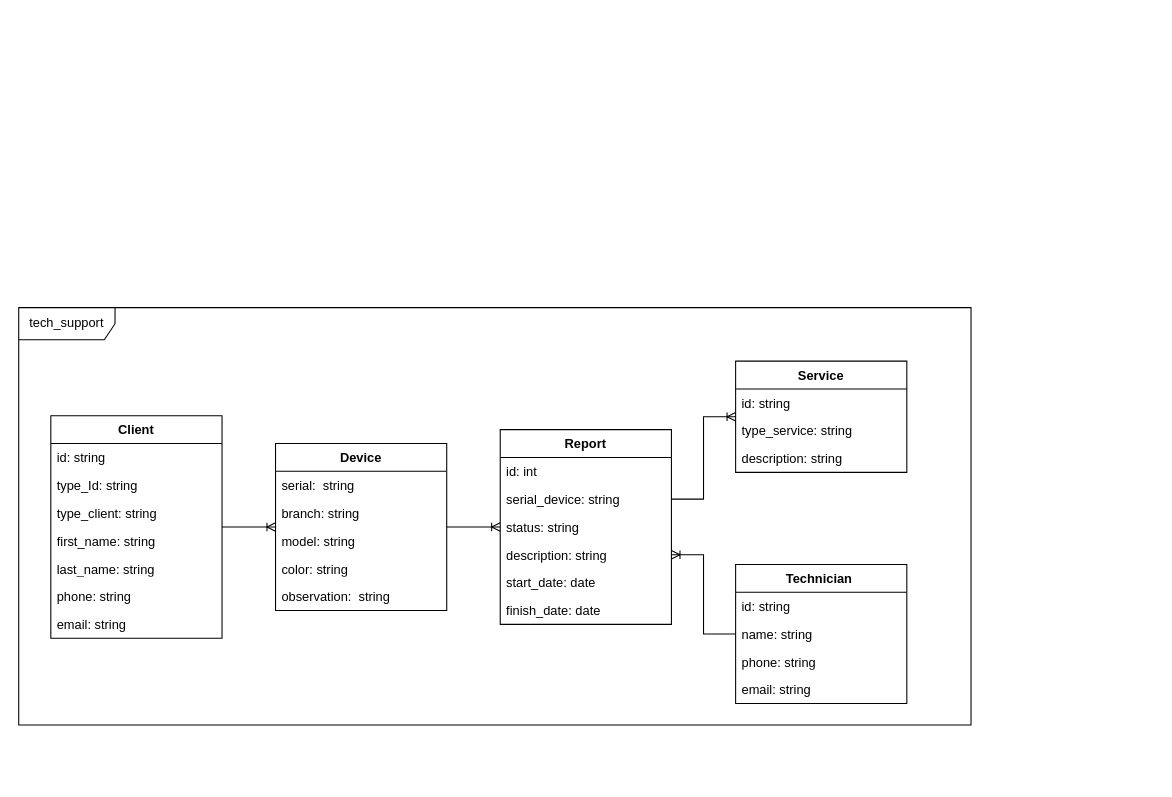
Earlier version of the draw.io diagram projects/tech_support/Tech_support.drawio (Alejo2304/website_projects). Source tidied: cells renumbered, new cells numbered last; positions are measured from the earlier drawing's top-left corner, leaving out a move shared by most shapes. Both pictures are drawn from the tidied source at 107%, with x=0, y=0 at pixel (18, 307).
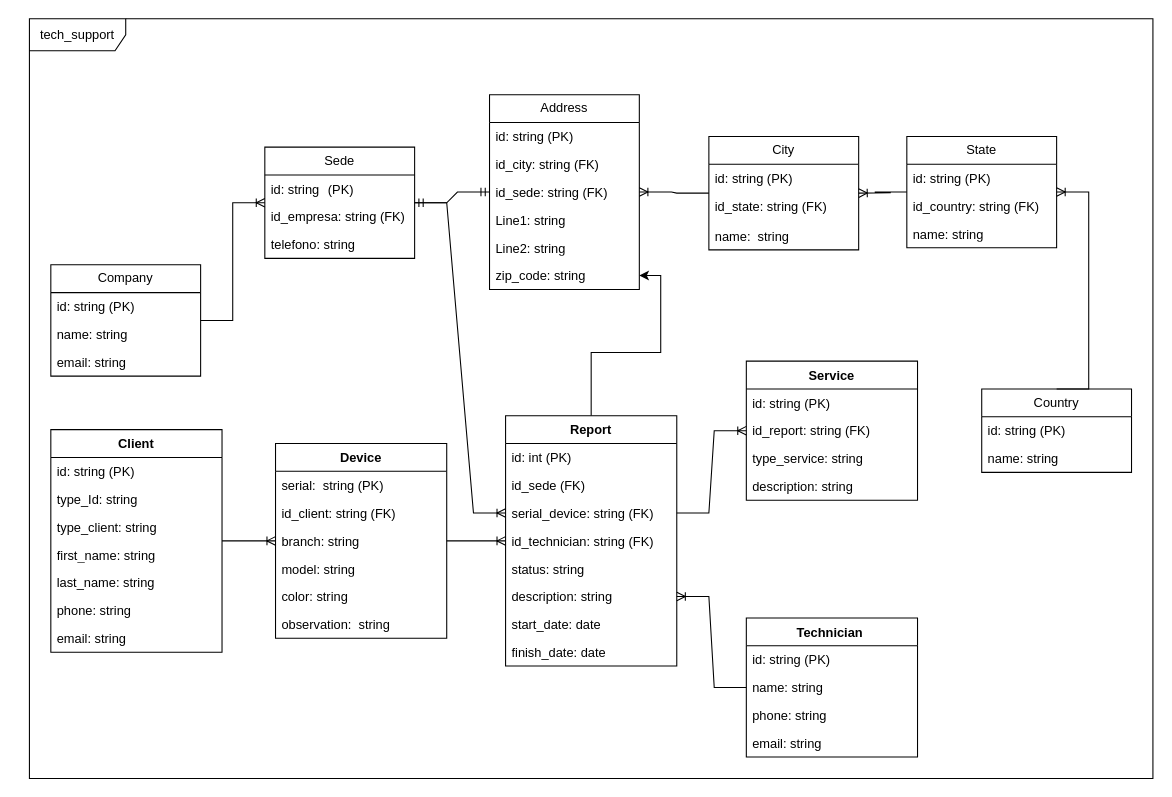
The same page after the edit.

What changed in the source:
```diff
@@
     <mxCell id="2" value="Client" style="swimlane;fontStyle=1;align=center;verticalAlign=top;horizontal=1;startSize=26;whiteSpace=wrap;html=1;" parent="1" vertex="1">
-      <mxGeometry x="30" y="101" width="160" height="208" as="geometry" />
+      <mxGeometry x="30" y="114" width="160" height="208" as="geometry" />
     </mxCell>
-    <mxCell id="3" value="id: string" style="text;strokeColor=none;fillColor=none;align=left;verticalAlign=top;spacingLeft=4;spacingRight=4;overflow=hidden;whiteSpace=wrap;html=1;" parent="2" vertex="1">
+    <mxCell id="3" value="id: string (PK)" style="text;strokeColor=none;fillColor=none;align=left;verticalAlign=top;spacingLeft=4;spacingRight=4;overflow=hidden;whiteSpace=wrap;html=1;" parent="2" vertex="1">
       <mxGeometry y="26" width="160" height="26" as="geometry" />
     </mxCell>
@@
     <mxCell id="10" value="Technician&amp;nbsp;" style="swimlane;fontStyle=1;align=center;verticalAlign=top;horizontal=1;startSize=26;whiteSpace=wrap;html=1;" parent="1" vertex="1">
-      <mxGeometry x="670" y="240" width="160" height="130" as="geometry" />
+      <mxGeometry x="680" y="290" width="160" height="130" as="geometry" />
     </mxCell>
-    <mxCell id="11" value="id: string&lt;div&gt;&lt;br/&gt;&lt;/div&gt;" style="text;strokeColor=none;fillColor=none;align=left;verticalAlign=top;spacingLeft=4;spacingRight=4;overflow=hidden;whiteSpace=wrap;html=1;" parent="10" vertex="1">
+    <mxCell id="11" value="id: string (PK)&lt;div&gt;&lt;br&gt;&lt;/div&gt;" style="text;strokeColor=none;fillColor=none;align=left;verticalAlign=top;spacingLeft=4;spacingRight=4;overflow=hidden;whiteSpace=wrap;html=1;" parent="10" vertex="1">
       <mxGeometry y="26" width="160" height="26" as="geometry" />
     </mxCell>
@@
     <mxCell id="15" value="Device" style="swimlane;fontStyle=1;align=center;verticalAlign=top;horizontal=1;startSize=26;whiteSpace=wrap;html=1;" parent="1" vertex="1">
-      <mxGeometry x="240" y="127" width="160" height="156" as="geometry" />
+      <mxGeometry x="240" y="127" width="160" height="182" as="geometry" />
     </mxCell>
-    <mxCell id="16" value="serial:&amp;nbsp; string&lt;div&gt;&lt;br&gt;&lt;/div&gt;" style="text;strokeColor=none;fillColor=none;align=left;verticalAlign=top;spacingLeft=4;spacingRight=4;overflow=hidden;whiteSpace=wrap;html=1;" parent="15" vertex="1">
+    <mxCell id="16" value="serial:&amp;nbsp; string (PK)&lt;div&gt;&lt;br&gt;&lt;/div&gt;" style="text;strokeColor=none;fillColor=none;align=left;verticalAlign=top;spacingLeft=4;spacingRight=4;overflow=hidden;whiteSpace=wrap;html=1;" parent="15" vertex="1">
       <mxGeometry y="26" width="160" height="26" as="geometry" />
     </mxCell>
+    <mxCell id="37" value="id_client: string (FK)" style="text;strokeColor=none;fillColor=none;align=left;verticalAlign=top;spacingLeft=4;spacingRight=4;overflow=hidden;whiteSpace=wrap;html=1;" parent="15" vertex="1">
+      <mxGeometry y="52" width="160" height="26" as="geometry" />
+    </mxCell>
     <mxCell id="17" value="branch: string&lt;div&gt;&lt;br&gt;&lt;/div&gt;" style="text;strokeColor=none;fillColor=none;align=left;verticalAlign=top;spacingLeft=4;spacingRight=4;overflow=hidden;whiteSpace=wrap;html=1;" parent="15" vertex="1">
-      <mxGeometry y="52" width="160" height="26" as="geometry" />
+      <mxGeometry y="78" width="160" height="26" as="geometry" />
     </mxCell>
     <mxCell id="18" value="model: string" style="text;strokeColor=none;fillColor=none;align=left;verticalAlign=top;spacingLeft=4;spacingRight=4;overflow=hidden;whiteSpace=wrap;html=1;" parent="15" vertex="1">
-      <mxGeometry y="78" width="160" height="26" as="geometry" />
+      <mxGeometry y="104" width="160" height="26" as="geometry" />
     </mxCell>
     <mxCell id="19" value="color: string" style="text;strokeColor=none;fillColor=none;align=left;verticalAlign=top;spacingLeft=4;spacingRight=4;overflow=hidden;whiteSpace=wrap;html=1;" parent="15" vertex="1">
-      <mxGeometry y="104" width="160" height="26" as="geometry" />
+      <mxGeometry y="130" width="160" height="26" as="geometry" />
     </mxCell>
     <mxCell id="20" value="observation:&amp;nbsp; string" style="text;strokeColor=none;fillColor=none;align=left;verticalAlign=top;spacingLeft=4;spacingRight=4;overflow=hidden;whiteSpace=wrap;html=1;" parent="15" vertex="1">
-      <mxGeometry y="130" width="160" height="26" as="geometry" />
+      <mxGeometry y="156" width="160" height="26" as="geometry" />
     </mxCell>
+    <mxCell id="38" style="edgeStyle=orthogonalEdgeStyle;rounded=0;jettySize=auto;html=1;" parent="1" edge="1" source="21" target="67">
+      <mxGeometry relative="1" as="geometry" />
+    </mxCell>
     <mxCell id="21" value="Report" style="swimlane;fontStyle=1;align=center;verticalAlign=top;horizontal=1;startSize=26;whiteSpace=wrap;html=1;" parent="1" vertex="1">
-      <mxGeometry x="450" y="114" width="160" height="182" as="geometry" />
+      <mxGeometry x="455" y="101" width="160" height="234" as="geometry" />
     </mxCell>
-    <mxCell id="22" value="id: int" style="text;strokeColor=none;fillColor=none;align=left;verticalAlign=top;spacingLeft=4;spacingRight=4;overflow=hidden;whiteSpace=wrap;html=1;" parent="21" vertex="1">
+    <mxCell id="22" value="id: int (PK)" style="text;strokeColor=none;fillColor=none;align=left;verticalAlign=top;spacingLeft=4;spacingRight=4;overflow=hidden;whiteSpace=wrap;html=1;" parent="21" vertex="1">
       <mxGeometry y="26" width="160" height="26" as="geometry" />
     </mxCell>
+    <mxCell id="39" value="id_sede (FK)" style="text;strokeColor=none;fillColor=none;align=left;verticalAlign=top;spacingLeft=4;spacingRight=4;overflow=hidden;whiteSpace=wrap;html=1;" parent="21" vertex="1">
+      <mxGeometry y="52" width="160" height="26" as="geometry" />
+    </mxCell>
-    <mxCell id="23" value="serial_device: string" style="text;strokeColor=none;fillColor=none;align=left;verticalAlign=top;spacingLeft=4;spacingRight=4;overflow=hidden;points=[[0,0.5],[1,0.5]];portConstraint=eastwest;whiteSpace=wrap;html=1;" parent="21" vertex="1">
-      <mxGeometry y="52" width="160" height="26" as="geometry" />
+    <mxCell id="23" value="serial_device: string (FK)" style="text;strokeColor=none;fillColor=none;align=left;verticalAlign=top;spacingLeft=4;spacingRight=4;overflow=hidden;points=[[0,0.5],[1,0.5]];portConstraint=eastwest;whiteSpace=wrap;html=1;" parent="21" vertex="1">
+      <mxGeometry y="78" width="160" height="26" as="geometry" />
     </mxCell>
+    <mxCell id="40" value="id_technician: string (FK)" style="text;strokeColor=none;fillColor=none;align=left;verticalAlign=top;spacingLeft=4;spacingRight=4;overflow=hidden;whiteSpace=wrap;html=1;" parent="21" vertex="1">
+      <mxGeometry y="104" width="160" height="26" as="geometry" />
+    </mxCell>
     <mxCell id="24" value="status: string&lt;br&gt;&lt;span style=&quot;white-space: pre;&quot;&gt;&#9;&lt;/span&gt;&lt;span style=&quot;white-space: pre;&quot;&gt;&#9;&lt;/span&gt;&lt;span style=&quot;white-space: pre;&quot;&gt;&#9;&lt;/span&gt;&lt;span style=&quot;white-space: pre;&quot;&gt;&#9;&lt;/span&gt;&lt;span style=&quot;white-space: pre;&quot;&gt;&#9;&lt;/span&gt;&lt;span style=&quot;white-space: pre;&quot;&gt;&#9;&lt;/span&gt;&lt;span style=&quot;white-space: pre;&quot;&gt;&#9;&lt;/span&gt;" style="text;strokeColor=none;fillColor=none;align=left;verticalAlign=top;spacingLeft=4;spacingRight=4;overflow=hidden;whiteSpace=wrap;html=1;" parent="21" vertex="1">
-      <mxGeometry y="78" width="160" height="26" as="geometry" />
+      <mxGeometry y="130" width="160" height="26" as="geometry" />
     </mxCell>
     <mxCell id="25" value="description: string" style="text;strokeColor=none;fillColor=none;align=left;verticalAlign=top;spacingLeft=4;spacingRight=4;overflow=hidden;points=[[0,0.5],[1,0.5]];portConstraint=eastwest;whiteSpace=wrap;html=1;" parent="21" vertex="1">
-      <mxGeometry y="104" width="160" height="26" as="geometry" />
+      <mxGeometry y="156" width="160" height="26" as="geometry" />
     </mxCell>
     <mxCell id="26" value="start_date: date&lt;div&gt;&lt;span style=&quot;white-space: pre;&quot;&gt;&#9;&lt;/span&gt;&amp;nbsp;&lt;br&gt;&lt;/div&gt;" style="text;strokeColor=none;fillColor=none;align=left;verticalAlign=top;spacingLeft=4;spacingRight=4;overflow=hidden;whiteSpace=wrap;html=1;" parent="21" vertex="1">
-      <mxGeometry y="130" width="160" height="26" as="geometry" />
+      <mxGeometry y="182" width="160" height="26" as="geometry" />
     </mxCell>
     <mxCell id="27" value="finish_date: date" style="text;strokeColor=none;fillColor=none;align=left;verticalAlign=top;spacingLeft=4;spacingRight=4;overflow=hidden;whiteSpace=wrap;html=1;" parent="21" vertex="1">
-      <mxGeometry y="156" width="160" height="26" as="geometry" />
+      <mxGeometry y="208" width="160" height="26" as="geometry" />
     </mxCell>
     <mxCell id="28" value="Service" style="swimlane;fontStyle=1;align=center;verticalAlign=top;horizontal=1;startSize=26;whiteSpace=wrap;html=1;" parent="1" vertex="1">
-      <mxGeometry x="670" y="50" width="160" height="104" as="geometry" />
+      <mxGeometry x="680" y="50" width="160" height="130" as="geometry" />
     </mxCell>
-    <mxCell id="29" value="id: string&amp;nbsp;&lt;div&gt;&lt;br&gt;&lt;/div&gt;" style="text;strokeColor=none;fillColor=none;align=left;verticalAlign=top;spacingLeft=4;spacingRight=4;overflow=hidden;whiteSpace=wrap;html=1;" parent="28" vertex="1">
+    <mxCell id="29" value="id: string (PK)&amp;nbsp;&lt;div&gt;&amp;nbsp;&lt;/div&gt;" style="text;strokeColor=none;fillColor=none;align=left;verticalAlign=top;spacingLeft=4;spacingRight=4;overflow=hidden;whiteSpace=wrap;html=1;" parent="28" vertex="1">
       <mxGeometry y="26" width="160" height="26" as="geometry" />
     </mxCell>
+    <mxCell id="41" value="id_report: string (FK)" style="text;strokeColor=none;fillColor=none;align=left;verticalAlign=top;spacingLeft=4;spacingRight=4;overflow=hidden;whiteSpace=wrap;html=1;" parent="28" vertex="1">
+      <mxGeometry y="52" width="160" height="26" as="geometry" />
+    </mxCell>
     <mxCell id="30" value="type_service: string" style="text;strokeColor=none;fillColor=none;align=left;verticalAlign=top;spacingLeft=4;spacingRight=4;overflow=hidden;whiteSpace=wrap;html=1;" parent="28" vertex="1">
-      <mxGeometry y="52" width="160" height="26" as="geometry" />
+      <mxGeometry y="78" width="160" height="26" as="geometry" />
     </mxCell>
     <mxCell id="31" value="description: string" style="text;strokeColor=none;fillColor=none;align=left;verticalAlign=top;spacingLeft=4;spacingRight=4;overflow=hidden;whiteSpace=wrap;html=1;" parent="28" vertex="1">
-      <mxGeometry y="78" width="160" height="26" as="geometry" />
+      <mxGeometry y="104" width="160" height="26" as="geometry" />
     </mxCell>
@@
     <mxCell id="36" value="tech_support" style="shape=umlFrame;whiteSpace=wrap;html=1;width=90;height=30;" parent="1" vertex="1">
-      <mxGeometry width="890" height="390" as="geometry" />
+      <mxGeometry x="10" y="-270" width="1050" height="710" as="geometry" />
     </mxCell>
+    <mxCell id="42" value="Sede" style="swimlane;fontStyle=0;horizontal=1;startSize=26;fillColor=none;whiteSpace=wrap;html=1;" parent="1" vertex="1">
+      <mxGeometry x="230" y="-150" width="140" height="104" as="geometry" />
+    </mxCell>
+    <mxCell id="43" value="id: string&lt;span style=&quot;white-space: pre;&quot;&gt;&#9;&lt;/span&gt;(PK)" style="text;strokeColor=none;fillColor=none;align=left;verticalAlign=top;spacingLeft=4;spacingRight=4;overflow=hidden;whiteSpace=wrap;html=1;" parent="42" vertex="1">
+      <mxGeometry y="26" width="140" height="26" as="geometry" />
+    </mxCell>
+    <mxCell id="44" value="id_empresa: string (FK)" style="text;strokeColor=none;fillColor=none;align=left;verticalAlign=top;spacingLeft=4;spacingRight=4;overflow=hidden;whiteSpace=wrap;html=1;" parent="42" vertex="1">
+      <mxGeometry y="52" width="140" height="26" as="geometry" />
+    </mxCell>
+    <mxCell id="45" value="telefono: string" style="text;strokeColor=none;fillColor=none;align=left;verticalAlign=top;spacingLeft=4;spacingRight=4;overflow=hidden;whiteSpace=wrap;html=1;" parent="42" vertex="1">
+      <mxGeometry y="78" width="140" height="26" as="geometry" />
+    </mxCell>
+    <mxCell id="46" value="Company" style="swimlane;fontStyle=0;horizontal=1;startSize=26;fillColor=none;whiteSpace=wrap;html=1;" parent="1" vertex="1">
+      <mxGeometry x="30" y="-40" width="140" height="104" as="geometry" />
+    </mxCell>
+    <mxCell id="47" value="id: string (PK)" style="text;strokeColor=none;fillColor=none;align=left;verticalAlign=top;spacingLeft=4;spacingRight=4;overflow=hidden;whiteSpace=wrap;html=1;" parent="46" vertex="1">
+      <mxGeometry y="26" width="140" height="26" as="geometry" />
+    </mxCell>
+    <mxCell id="48" value="name: string" style="text;strokeColor=none;fillColor=none;align=left;verticalAlign=top;spacingLeft=4;spacingRight=4;overflow=hidden;whiteSpace=wrap;html=1;" parent="46" vertex="1">
+      <mxGeometry y="52" width="140" height="26" as="geometry" />
+    </mxCell>
+    <mxCell id="49" value="email: string" style="text;strokeColor=none;fillColor=none;align=left;verticalAlign=top;spacingLeft=4;spacingRight=4;overflow=hidden;whiteSpace=wrap;html=1;" parent="46" vertex="1">
+      <mxGeometry y="78" width="140" height="26" as="geometry" />
+    </mxCell>
+    <mxCell id="50" value="City" style="swimlane;fontStyle=0;horizontal=1;startSize=26;fillColor=none;whiteSpace=wrap;html=1;" parent="1" vertex="1">
+      <mxGeometry x="645" y="-160" width="140" height="106" as="geometry" />
+    </mxCell>
+    <mxCell id="51" value="id: string (PK)" style="text;strokeColor=none;fillColor=none;align=left;verticalAlign=top;spacingLeft=4;spacingRight=4;overflow=hidden;whiteSpace=wrap;html=1;" parent="50" vertex="1">
+      <mxGeometry y="26" width="140" height="26" as="geometry" />
+    </mxCell>
+    <mxCell id="52" value="id_state: string (FK)" style="text;strokeColor=none;fillColor=none;align=left;verticalAlign=top;spacingLeft=4;spacingRight=4;overflow=hidden;whiteSpace=wrap;html=1;" parent="50" vertex="1">
+      <mxGeometry y="52" width="140" height="28" as="geometry" />
+    </mxCell>
+    <mxCell id="53" value="name:&amp;nbsp; string" style="text;strokeColor=none;fillColor=none;align=left;verticalAlign=top;spacingLeft=4;spacingRight=4;overflow=hidden;whiteSpace=wrap;html=1;" parent="50" vertex="1">
+      <mxGeometry y="80" width="140" height="26" as="geometry" />
+    </mxCell>
+    <mxCell id="54" value="State" style="swimlane;fontStyle=0;horizontal=1;startSize=26;fillColor=none;whiteSpace=wrap;html=1;" parent="1" vertex="1">
+      <mxGeometry x="830" y="-160" width="140" height="104" as="geometry" />
+    </mxCell>
+    <mxCell id="55" value="id: string (PK)" style="text;strokeColor=none;fillColor=none;align=left;verticalAlign=top;spacingLeft=4;spacingRight=4;overflow=hidden;whiteSpace=wrap;html=1;" parent="54" vertex="1">
+      <mxGeometry y="26" width="140" height="26" as="geometry" />
+    </mxCell>
+    <mxCell id="56" value="id_country: string (FK)" style="text;strokeColor=none;fillColor=none;align=left;verticalAlign=top;spacingLeft=4;spacingRight=4;overflow=hidden;whiteSpace=wrap;html=1;" parent="54" vertex="1">
+      <mxGeometry y="52" width="140" height="26" as="geometry" />
+    </mxCell>
+    <mxCell id="57" value="name: string" style="text;strokeColor=none;fillColor=none;align=left;verticalAlign=top;spacingLeft=4;spacingRight=4;overflow=hidden;whiteSpace=wrap;html=1;" parent="54" vertex="1">
+      <mxGeometry y="78" width="140" height="26" as="geometry" />
+    </mxCell>
+    <mxCell id="58" value="Country" style="swimlane;fontStyle=0;horizontal=1;startSize=26;fillColor=none;whiteSpace=wrap;html=1;" parent="1" vertex="1">
+      <mxGeometry x="900" y="76" width="140" height="78" as="geometry" />
+    </mxCell>
+    <mxCell id="59" value="id: string (PK)" style="text;strokeColor=none;fillColor=none;align=left;verticalAlign=top;spacingLeft=4;spacingRight=4;overflow=hidden;whiteSpace=wrap;html=1;" parent="58" vertex="1">
+      <mxGeometry y="26" width="140" height="26" as="geometry" />
+    </mxCell>
+    <mxCell id="60" value="name: string" style="text;strokeColor=none;fillColor=none;align=left;verticalAlign=top;spacingLeft=4;spacingRight=4;overflow=hidden;whiteSpace=wrap;html=1;" parent="58" vertex="1">
+      <mxGeometry y="52" width="140" height="26" as="geometry" />
+    </mxCell>
+    <mxCell id="61" value="Address" style="swimlane;fontStyle=0;horizontal=1;startSize=26;fillColor=none;whiteSpace=wrap;html=1;" parent="1" vertex="1">
+      <mxGeometry x="440" y="-199" width="140" height="182" as="geometry" />
+    </mxCell>
+    <mxCell id="62" value="id: string (PK)" style="text;strokeColor=none;fillColor=none;align=left;verticalAlign=top;spacingLeft=4;spacingRight=4;overflow=hidden;whiteSpace=wrap;html=1;" parent="61" vertex="1">
+      <mxGeometry y="26" width="140" height="26" as="geometry" />
+    </mxCell>
+    <mxCell id="63" value="id_city: string (FK)" style="text;strokeColor=none;fillColor=none;align=left;verticalAlign=top;spacingLeft=4;spacingRight=4;overflow=hidden;whiteSpace=wrap;html=1;" parent="61" vertex="1">
+      <mxGeometry y="52" width="140" height="26" as="geometry" />
+    </mxCell>
+    <mxCell id="64" value="id_sede: string (FK)" style="text;strokeColor=none;fillColor=none;align=left;verticalAlign=top;spacingLeft=4;spacingRight=4;overflow=hidden;whiteSpace=wrap;html=1;" parent="61" vertex="1">
+      <mxGeometry y="78" width="140" height="26" as="geometry" />
+    </mxCell>
+    <mxCell id="65" value="Line1: string&lt;div&gt;&lt;br/&gt;&lt;/div&gt;" style="text;strokeColor=none;fillColor=none;align=left;verticalAlign=top;spacingLeft=4;spacingRight=4;overflow=hidden;whiteSpace=wrap;html=1;" parent="61" vertex="1">
+      <mxGeometry y="104" width="140" height="26" as="geometry" />
+    </mxCell>
+    <mxCell id="66" value="Line2: string" style="text;strokeColor=none;fillColor=none;align=left;verticalAlign=top;spacingLeft=4;spacingRight=4;overflow=hidden;whiteSpace=wrap;html=1;" parent="61" vertex="1">
+      <mxGeometry y="130" width="140" height="26" as="geometry" />
+    </mxCell>
+    <mxCell id="67" value="zip_code: string" style="text;strokeColor=none;fillColor=none;align=left;verticalAlign=top;spacingLeft=4;spacingRight=4;overflow=hidden;points=[[0,0.5],[1,0.5]];portConstraint=eastwest;whiteSpace=wrap;html=1;" parent="61" vertex="1">
+      <mxGeometry y="156" width="140" height="26" as="geometry" />
+    </mxCell>
+    <mxCell id="68" style="edgeStyle=entityRelationEdgeStyle;fontSize=12;html=1;endArrow=ERoneToMany;rounded=0;" parent="1" edge="1" source="46" target="42">
+      <mxGeometry relative="1" as="geometry" />
+    </mxCell>
+    <mxCell id="69" style="edgeStyle=entityRelationEdgeStyle;fontSize=12;html=1;endArrow=ERmandOne;startArrow=ERmandOne;rounded=0;" parent="1" edge="1" source="42" target="61">
+      <mxGeometry relative="1" as="geometry" />
+    </mxCell>
+    <mxCell id="70" style="edgeStyle=entityRelationEdgeStyle;fontSize=12;html=1;endArrow=ERoneToMany;rounded=0;" parent="1" edge="1" source="50" target="61">
+      <mxGeometry relative="1" as="geometry" />
+    </mxCell>
+    <mxCell id="71" style="edgeStyle=entityRelationEdgeStyle;fontSize=12;html=1;endArrow=ERoneToMany;rounded=0;" parent="1" edge="1" source="54" target="50">
+      <mxGeometry relative="1" as="geometry" />
+    </mxCell>
+    <mxCell id="72" style="edgeStyle=entityRelationEdgeStyle;fontSize=12;html=1;endArrow=ERoneToMany;rounded=0;exitX=0.5;exitY=0;exitDx=0;exitDy=0;" parent="1" edge="1" source="58" target="54">
+      <mxGeometry relative="1" as="geometry" />
+    </mxCell>
+    <mxCell id="73" style="edgeStyle=entityRelationEdgeStyle;fontSize=12;html=1;endArrow=ERoneToMany;rounded=0;entryX=0;entryY=0.5;entryDx=0;entryDy=0;" parent="1" edge="1" source="42" target="23">
+      <mxGeometry relative="1" as="geometry" />
+    </mxCell>
```
